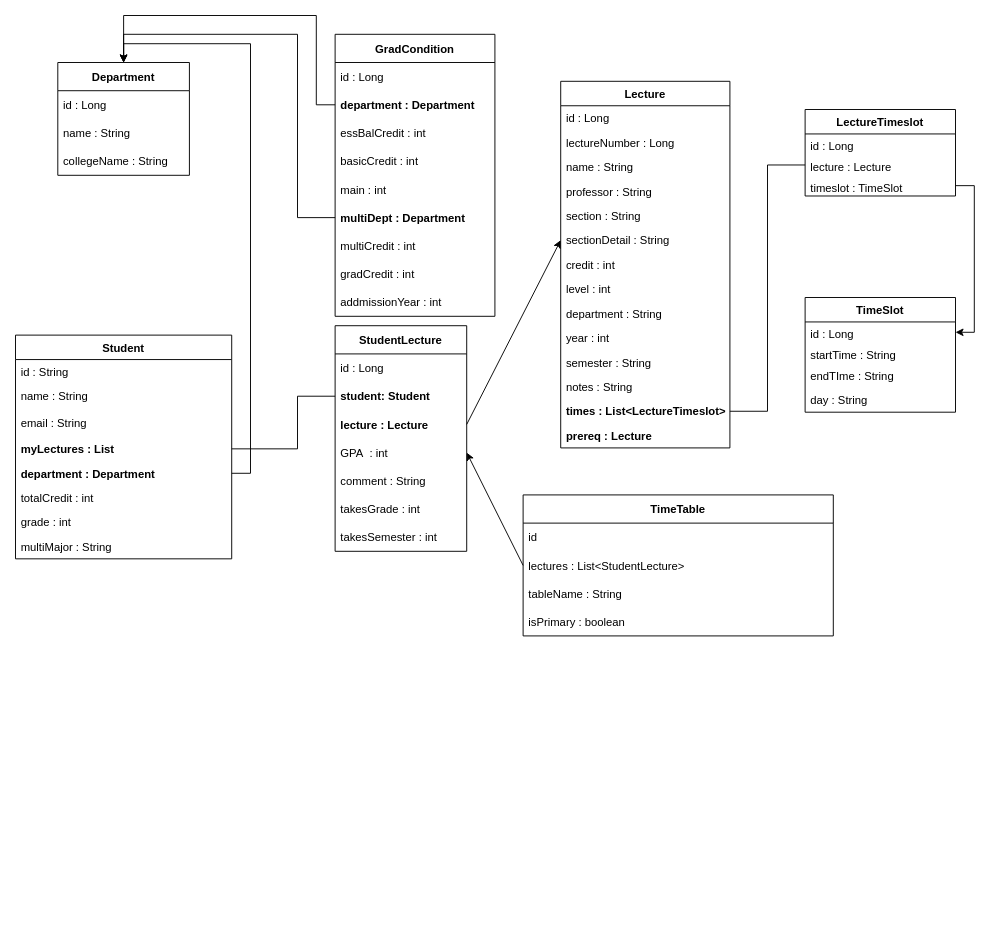
Before: page "Java Entity" (1 of 2) of project_entity.drawio in 19-21-40/KLtime_BackEnd, a draw.io diagram. Source tidied: cells renumbered, new cells numbered last; positions are measured from the earlier drawing's top-left corner, leaving out a move shared by most shapes. Both pictures are drawn from the tidied source at 94%, with x=0, y=0 at pixel (15, 15).
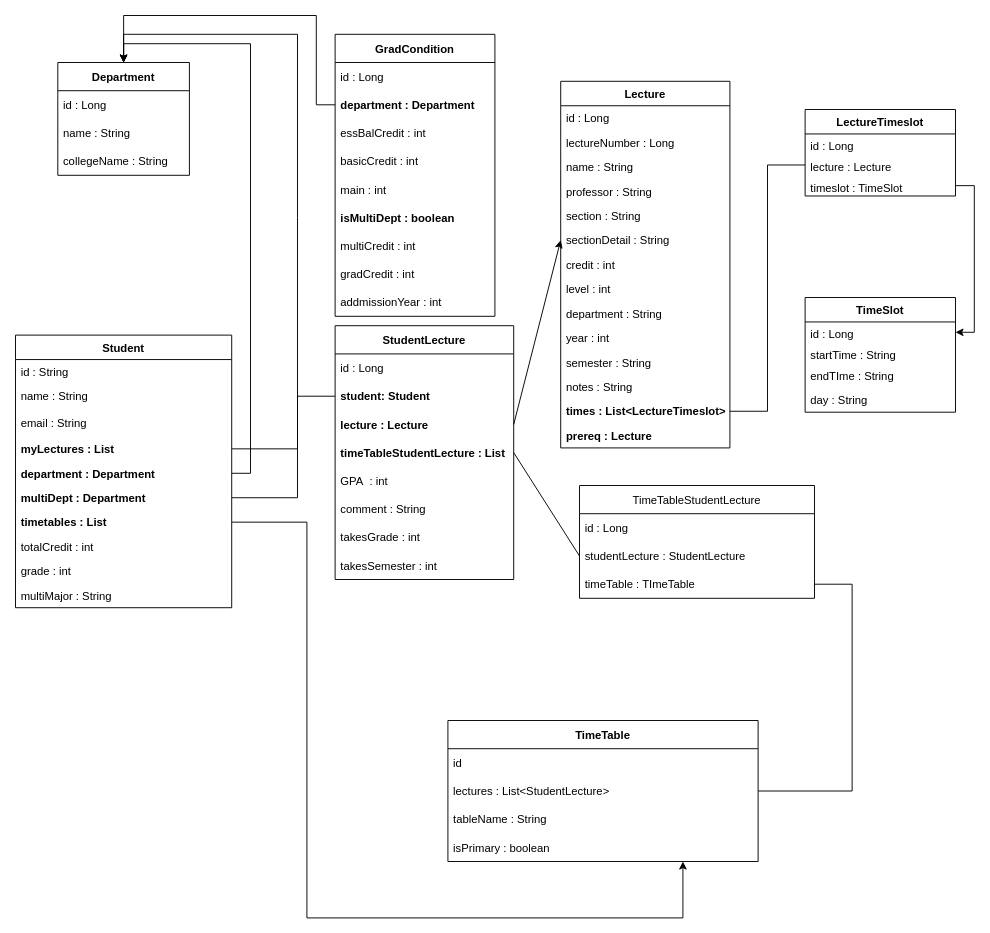
After the change.

Commit message (it also covers changes not shown here):
entity_create_errorversion

Unchanged cells that the change refers to:
```xml
<mxCell id="31" value="GradCondition" style="swimlane;fontStyle=1;horizontal=1;startSize=30;" parent="1" vertex="1">
  <mxGeometry x="340" y="20" width="170" height="300" as="geometry" />
</mxCell>
<mxCell id="41" value="Department" style="swimlane;fontStyle=1;horizontal=1;startSize=30;" parent="1" vertex="1">
  <mxGeometry x="45" y="50" width="140" height="120" as="geometry" />
</mxCell>
<mxCell id="60" value="lectures : List&lt;StudentLecture&gt;" style="text;strokeColor=none;fillColor=none;align=left;verticalAlign=middle;spacingLeft=4;spacingRight=4;overflow=hidden;points=[[0,0.5],[1,0.5]];portConstraint=eastwest;" parent="58" vertex="1">
  <mxGeometry y="60" width="330" height="30" as="geometry" />
</mxCell>
```

What changed in the source:
```diff
@@
     <mxCell id="2" value="Student" style="swimlane;fontStyle=1;align=center;verticalAlign=top;horizontal=1;startSize=26;rounded=0;shadow=0;strokeWidth=1;" parent="1" vertex="1">
-      <mxGeometry y="340" width="230" height="238" as="geometry" />
+      <mxGeometry y="340" width="230" height="290" as="geometry" />
     </mxCell>
@@
+    <mxCell id="70" value="multiDept : Department" style="text;align=left;verticalAlign=top;spacingLeft=4;spacingRight=4;overflow=hidden;points=[[0,0.5],[1,0.5]];portConstraint=eastwest;rounded=0;shadow=0;html=0;fontStyle=1;" parent="2" vertex="1">
+      <mxGeometry y="160" width="230" height="26" as="geometry" />
+    </mxCell>
+    <mxCell id="71" value="timetables : List" style="text;align=left;verticalAlign=top;spacingLeft=4;spacingRight=4;overflow=hidden;points=[[0,0.5],[1,0.5]];portConstraint=eastwest;rounded=0;shadow=0;html=0;fontStyle=1;" parent="2" vertex="1">
+      <mxGeometry y="186" width="230" height="26" as="geometry" />
+    </mxCell>
     <mxCell id="8" value="totalCredit : int" style="text;align=left;verticalAlign=top;spacingLeft=4;spacingRight=4;overflow=hidden;rounded=0;shadow=0;html=0;fontStyle=0;" parent="2" vertex="1">
-      <mxGeometry y="160" width="230" height="26" as="geometry" />
+      <mxGeometry y="212" width="230" height="26" as="geometry" />
     </mxCell>
     <mxCell id="9" value="grade : int" style="text;align=left;verticalAlign=top;spacingLeft=4;spacingRight=4;overflow=hidden;rounded=0;shadow=0;html=0;fontStyle=0;" parent="2" vertex="1">
-      <mxGeometry y="186" width="230" height="26" as="geometry" />
+      <mxGeometry y="238" width="230" height="26" as="geometry" />
     </mxCell>
     <mxCell id="10" value="multiMajor : String" style="text;align=left;verticalAlign=top;spacingLeft=4;spacingRight=4;overflow=hidden;rounded=0;shadow=0;html=0;fontStyle=0;" parent="2" vertex="1">
-      <mxGeometry y="212" width="230" height="26" as="geometry" />
+      <mxGeometry y="264" width="230" height="26" as="geometry" />
     </mxCell>
+    <mxCell id="72" style="edgeStyle=orthogonalEdgeStyle;rounded=0;orthogonalLoop=1;jettySize=auto;html=1;exitX=1;exitY=0.5;exitDx=0;exitDy=0;" parent="2" edge="1" source="70" target="70">
+      <mxGeometry relative="1" as="geometry" />
+    </mxCell>
@@
-    <mxCell id="37" value="multiDept : Department" style="text;strokeColor=none;fillColor=none;align=left;verticalAlign=middle;spacingLeft=4;spacingRight=4;overflow=hidden;points=[[0,0.5],[1,0.5]];portConstraint=eastwest;fontStyle=1;" parent="31" vertex="1">
+    <mxCell id="37" value="isMultiDept : boolean" style="text;strokeColor=none;fillColor=none;align=left;verticalAlign=middle;spacingLeft=4;spacingRight=4;overflow=hidden;points=[[0,0.5],[1,0.5]];portConstraint=eastwest;fontStyle=1;" parent="31" vertex="1">
       <mxGeometry y="180" width="170" height="30" as="geometry" />
     </mxCell>
@@
     <mxCell id="46" value="StudentLecture" style="swimlane;fontStyle=1;horizontal=1;startSize=30;" parent="1" vertex="1">
-      <mxGeometry x="340" y="330" width="140" height="240" as="geometry" />
+      <mxGeometry x="340" y="330" width="190" height="270" as="geometry" />
     </mxCell>
     <mxCell id="47" value="id : Long" style="text;strokeColor=none;fillColor=none;align=left;verticalAlign=middle;spacingLeft=4;spacingRight=4;overflow=hidden;" parent="46" vertex="1">
-      <mxGeometry y="30" width="140" height="30" as="geometry" />
+      <mxGeometry y="30" width="190" height="30" as="geometry" />
     </mxCell>
     <mxCell id="48" value="student: Student" style="text;strokeColor=none;fillColor=none;align=left;verticalAlign=middle;spacingLeft=4;spacingRight=4;overflow=hidden;points=[[0,0.5],[1,0.5]];portConstraint=eastwest;fontStyle=1;" parent="46" vertex="1">
-      <mxGeometry y="60" width="140" height="30" as="geometry" />
+      <mxGeometry y="60" width="190" height="30" as="geometry" />
     </mxCell>
     <mxCell id="49" value="lecture : Lecture" style="text;strokeColor=none;fillColor=none;align=left;verticalAlign=middle;spacingLeft=4;spacingRight=4;overflow=hidden;points=[[0,0.5],[1,0.5]];portConstraint=eastwest;fontStyle=1;" parent="46" vertex="1">
-      <mxGeometry y="90" width="140" height="30" as="geometry" />
+      <mxGeometry y="90" width="190" height="30" as="geometry" />
     </mxCell>
+    <mxCell id="73" value="timeTableStudentLecture : List" style="text;strokeColor=none;fillColor=none;align=left;verticalAlign=middle;spacingLeft=4;spacingRight=4;overflow=hidden;points=[[0,0.5],[1,0.5]];portConstraint=eastwest;fontStyle=1;" parent="46" vertex="1">
+      <mxGeometry y="120" width="190" height="30" as="geometry" />
+    </mxCell>
     <mxCell id="50" value="GPA  : int" style="text;strokeColor=none;fillColor=none;align=left;verticalAlign=middle;spacingLeft=4;spacingRight=4;overflow=hidden;points=[[0,0.5],[1,0.5]];portConstraint=eastwest;" parent="46" vertex="1">
-      <mxGeometry y="120" width="140" height="30" as="geometry" />
+      <mxGeometry y="150" width="190" height="30" as="geometry" />
     </mxCell>
     <mxCell id="51" value="comment : String" style="text;strokeColor=none;fillColor=none;align=left;verticalAlign=middle;spacingLeft=4;spacingRight=4;overflow=hidden;" parent="46" vertex="1">
-      <mxGeometry y="150" width="140" height="30" as="geometry" />
+      <mxGeometry y="180" width="190" height="30" as="geometry" />
     </mxCell>
     <mxCell id="52" value="takesGrade : int" style="text;strokeColor=none;fillColor=none;align=left;verticalAlign=middle;spacingLeft=4;spacingRight=4;overflow=hidden;" parent="46" vertex="1">
-      <mxGeometry y="180" width="140" height="30" as="geometry" />
+      <mxGeometry y="210" width="190" height="30" as="geometry" />
     </mxCell>
     <mxCell id="53" value="takesSemester : int" style="text;strokeColor=none;fillColor=none;align=left;verticalAlign=middle;spacingLeft=4;spacingRight=4;overflow=hidden;" parent="46" vertex="1">
-      <mxGeometry y="210" width="140" height="30" as="geometry" />
+      <mxGeometry y="240" width="190" height="30" as="geometry" />
     </mxCell>
@@
-    <mxCell id="57" style="endArrow=classic;html=1;rounded=0;exitX=0;exitY=0.5;exitDx=0;exitDy=0;entryX=0.5;entryY=0;entryDx=0;entryDy=0;" parent="1" edge="1" source="37" target="41">
+    <mxCell id="57" style="endArrow=classic;html=1;rounded=0;entryX=0.5;entryY=0;entryDx=0;entryDy=0;exitX=1;exitY=0.5;exitDx=0;exitDy=0;" parent="1" edge="1" source="70" target="41">
       <mxGeometry relative="1" as="geometry">
         <Array as="points">
+          <mxPoint x="300" y="513" />
           <mxPoint x="300" y="215" />
           <mxPoint x="300" y="20" />
           <mxPoint x="115" y="20" />
         </Array>
       </mxGeometry>
     </mxCell>
     <mxCell id="58" value="TimeTable" style="swimlane;fontStyle=1;horizontal=1;startSize=30;" parent="1" vertex="1">
-      <mxGeometry x="540" y="510" width="330" height="150" as="geometry" />
+      <mxGeometry x="460" y="750" width="330" height="150" as="geometry" />
     </mxCell>
@@
-    <mxCell id="63" style="endArrow=classic;html=1;rounded=0;jumpStyle=none;exitX=0;exitY=0.5;exitDx=0;exitDy=0;entryX=1;entryY=0.5;entryDx=0;entryDy=0;" parent="1" edge="1" source="60" target="50">
-      <mxGeometry relative="1" as="geometry" />
-    </mxCell>
@@
+    <mxCell id="74" style="edgeStyle=orthogonalEdgeStyle;rounded=0;jettySize=auto;html=1;exitX=1;exitY=0.5;exitDx=0;exitDy=0;" parent="1" edge="1" source="71">
+      <mxGeometry relative="1" as="geometry">
+        <mxPoint x="710" y="900" as="targetPoint" />
+        <Array as="points">
+          <mxPoint x="310" y="539" />
+          <mxPoint x="310" y="960" />
+          <mxPoint x="710" y="960" />
+        </Array>
+      </mxGeometry>
+    </mxCell>
+    <mxCell id="75" value="TimeTableStudentLecture" style="swimlane;fontStyle=0;horizontal=1;startSize=30;" parent="1" vertex="1">
+      <mxGeometry x="600" y="500" width="250" height="120" as="geometry" />
+    </mxCell>
+    <mxCell id="76" value="id : Long" style="text;strokeColor=none;fillColor=none;align=left;verticalAlign=middle;spacingLeft=4;spacingRight=4;overflow=hidden;" parent="75" vertex="1">
+      <mxGeometry y="30" width="250" height="30" as="geometry" />
+    </mxCell>
+    <mxCell id="77" value="studentLecture : StudentLecture" style="text;strokeColor=none;fillColor=none;align=left;verticalAlign=middle;spacingLeft=4;spacingRight=4;overflow=hidden;points=[[0,0.5],[1,0.5]];portConstraint=eastwest;" parent="75" vertex="1">
+      <mxGeometry y="60" width="250" height="30" as="geometry" />
+    </mxCell>
+    <mxCell id="78" value="timeTable : TImeTable" style="text;strokeColor=none;fillColor=none;align=left;verticalAlign=middle;spacingLeft=4;spacingRight=4;overflow=hidden;points=[[0,0.5],[1,0.5]];portConstraint=eastwest;" parent="75" vertex="1">
+      <mxGeometry y="90" width="250" height="30" as="geometry" />
+    </mxCell>
+    <mxCell id="79" style="endArrow=none;html=1;rounded=0;exitX=1;exitY=0.5;exitDx=0;exitDy=0;entryX=0;entryY=0.5;entryDx=0;entryDy=0;" parent="1" edge="1" source="73" target="77">
+      <mxGeometry relative="1" as="geometry" />
+    </mxCell>
+    <mxCell id="80" style="endArrow=none;html=1;rounded=0;exitX=1;exitY=0.5;exitDx=0;exitDy=0;" parent="1" edge="1" source="78" target="60">
+      <mxGeometry relative="1" as="geometry">
+        <Array as="points">
+          <mxPoint x="890" y="605" />
+          <mxPoint x="890" y="825" />
+        </Array>
+      </mxGeometry>
+    </mxCell>
```
